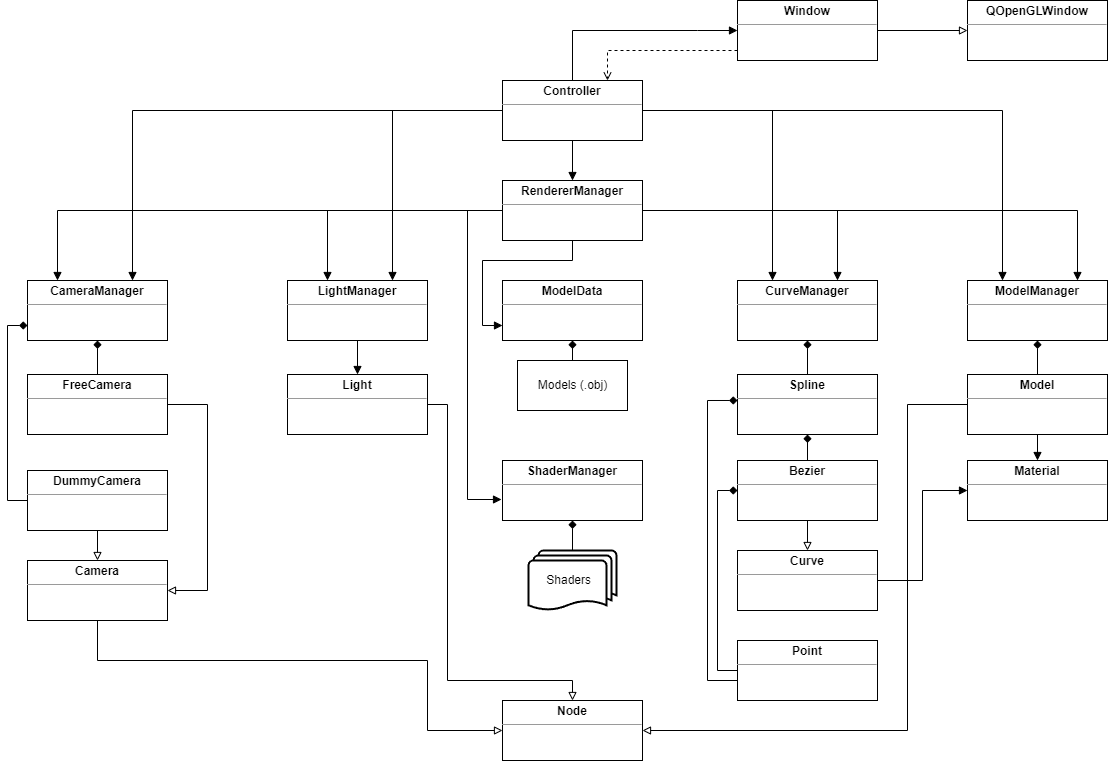
The draw.io diagram UML.png in QtOpenGL/BSplineCurves3D, before a commit. Source tidied: cells renumbered, new cells last; positions are measured from the earlier drawing's top-left corner, leaving out a move shared by most shapes.
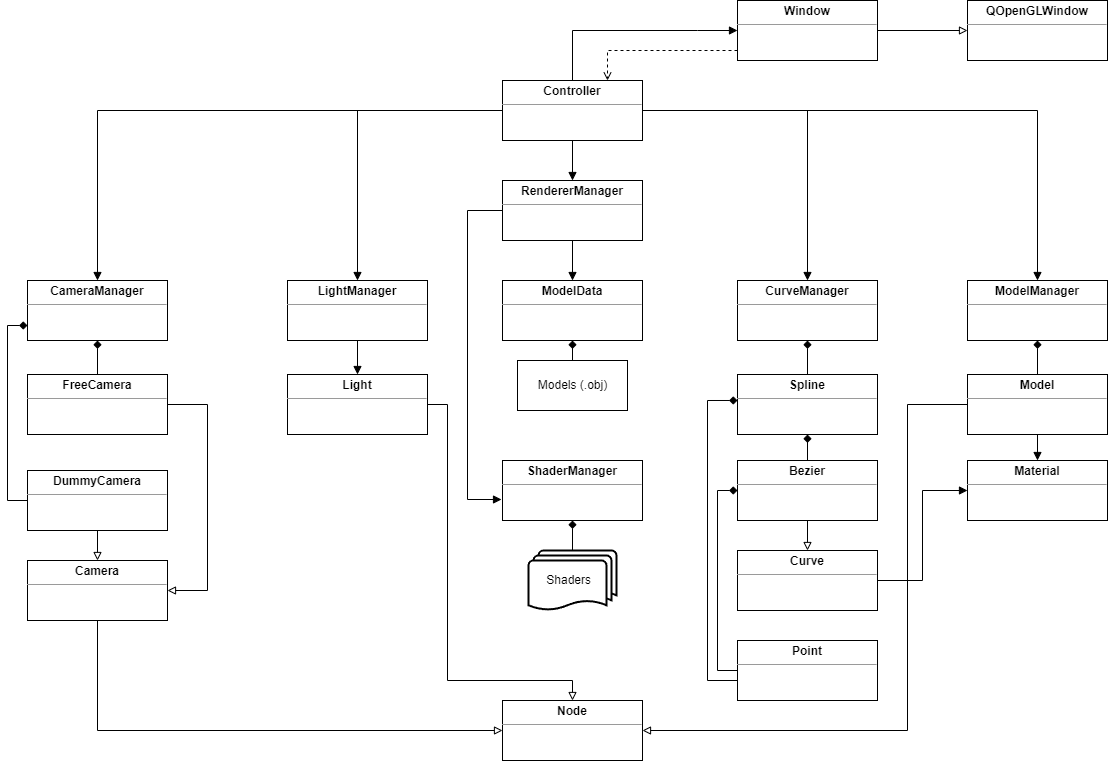
The same file after the commit.

Commit message:
UML diagram is updated.

What changed in the source:
```diff
@@ -14,16 +14,16 @@
     <mxCell id="3" style="edgeStyle=orthogonalEdgeStyle;rounded=0;jettySize=auto;html=1;entryX=0.5;entryY=0;entryDx=0;entryDy=0;endArrow=block;endFill=1;" parent="1" edge="1" source="8" target="24">
       <mxGeometry relative="1" as="geometry" />
     </mxCell>
-    <mxCell id="4" style="edgeStyle=orthogonalEdgeStyle;rounded=0;jettySize=auto;html=1;entryX=0.75;entryY=0;entryDx=0;entryDy=0;endArrow=block;endFill=1;" parent="1" edge="1" source="8" target="15">
+    <mxCell id="4" style="edgeStyle=orthogonalEdgeStyle;rounded=0;jettySize=auto;html=1;endArrow=block;endFill=1;" parent="1" edge="1" source="8" target="15">
       <mxGeometry relative="1" as="geometry" />
     </mxCell>
-    <mxCell id="5" style="edgeStyle=orthogonalEdgeStyle;rounded=0;jettySize=auto;html=1;entryX=0.75;entryY=0;entryDx=0;entryDy=0;endArrow=block;endFill=1;" parent="1" edge="1" source="8" target="13">
+    <mxCell id="5" style="edgeStyle=orthogonalEdgeStyle;rounded=0;jettySize=auto;html=1;entryX=0.5;entryY=0;entryDx=0;entryDy=0;endArrow=block;endFill=1;" parent="1" edge="1" source="8" target="13">
       <mxGeometry relative="1" as="geometry" />
     </mxCell>
-    <mxCell id="6" style="edgeStyle=orthogonalEdgeStyle;rounded=0;jettySize=auto;html=1;entryX=0.25;entryY=0;entryDx=0;entryDy=0;endArrow=block;endFill=1;" parent="1" edge="1" source="8" target="17">
+    <mxCell id="6" style="edgeStyle=orthogonalEdgeStyle;rounded=0;jettySize=auto;html=1;entryX=0.5;entryY=0;entryDx=0;entryDy=0;endArrow=block;endFill=1;" parent="1" edge="1" source="8" target="17">
       <mxGeometry relative="1" as="geometry" />
     </mxCell>
-    <mxCell id="7" style="edgeStyle=orthogonalEdgeStyle;rounded=0;jettySize=auto;html=1;entryX=0.25;entryY=0;entryDx=0;entryDy=0;endArrow=block;endFill=1;" parent="1" edge="1" source="8" target="16">
+    <mxCell id="7" style="edgeStyle=orthogonalEdgeStyle;rounded=0;jettySize=auto;html=1;endArrow=block;endFill=1;" parent="1" edge="1" source="8" target="16">
       <mxGeometry relative="1" as="geometry" />
     </mxCell>
     <mxCell id="8" value="&lt;p style=&quot;margin:0px;margin-top:4px;text-align:center;&quot;&gt;&lt;b&gt;Controller&lt;/b&gt;&lt;/p&gt;&lt;hr size=&quot;1&quot;&gt;&lt;div style=&quot;height:2px;&quot;&gt;&lt;/div&gt;" style="verticalAlign=top;align=left;overflow=fill;fontSize=12;fontFamily=Helvetica;html=1;rounded=0;" parent="1" vertex="1">
@@ -60,35 +60,7 @@
     <mxCell id="17" value="&lt;p style=&quot;margin:0px;margin-top:4px;text-align:center;&quot;&gt;&lt;b&gt;CurveManager&lt;/b&gt;&lt;/p&gt;&lt;hr size=&quot;1&quot;&gt;&lt;div style=&quot;height:2px;&quot;&gt;&lt;/div&gt;" style="verticalAlign=top;align=left;overflow=fill;fontSize=12;fontFamily=Helvetica;html=1;rounded=0;" parent="1" vertex="1">
       <mxGeometry x="730" y="280" width="140" height="60" as="geometry" />
     </mxCell>
-    <mxCell id="18" style="edgeStyle=orthogonalEdgeStyle;rounded=0;jettySize=auto;html=1;endArrow=block;endFill=1;" parent="1" edge="1" source="24" target="17">
-      <mxGeometry relative="1" as="geometry">
-        <Array as="points">
-          <mxPoint x="830" y="210" />
-        </Array>
-      </mxGeometry>
-    </mxCell>
-    <mxCell id="19" style="edgeStyle=orthogonalEdgeStyle;rounded=0;jettySize=auto;html=1;endArrow=block;endFill=1;" parent="1" edge="1" source="24" target="16">
-      <mxGeometry relative="1" as="geometry">
-        <Array as="points">
-          <mxPoint x="1070" y="210" />
-        </Array>
-      </mxGeometry>
-    </mxCell>
-    <mxCell id="20" style="edgeStyle=orthogonalEdgeStyle;rounded=0;jettySize=auto;html=1;endArrow=block;endFill=1;" parent="1" edge="1" source="24" target="15">
-      <mxGeometry relative="1" as="geometry">
-        <Array as="points">
-          <mxPoint x="320" y="210" />
-        </Array>
-      </mxGeometry>
-    </mxCell>
-    <mxCell id="21" style="edgeStyle=orthogonalEdgeStyle;rounded=0;jettySize=auto;html=1;endArrow=block;endFill=1;" parent="1" edge="1" source="24" target="13">
-      <mxGeometry relative="1" as="geometry">
-        <Array as="points">
-          <mxPoint x="50" y="210" />
-        </Array>
-      </mxGeometry>
-    </mxCell>
-    <mxCell id="22" style="edgeStyle=orthogonalEdgeStyle;rounded=0;jettySize=auto;html=1;entryX=0;entryY=0.75;entryDx=0;entryDy=0;endArrow=block;endFill=1;" parent="1" edge="1" source="24" target="35">
+    <mxCell id="22" style="edgeStyle=orthogonalEdgeStyle;rounded=0;jettySize=auto;html=1;endArrow=block;endFill=1;" parent="1" edge="1" source="24" target="35">
       <mxGeometry relative="1" as="geometry" />
     </mxCell>
     <mxCell id="23" style="edgeStyle=orthogonalEdgeStyle;rounded=0;jettySize=auto;html=1;entryX=-0.007;entryY=0.65;entryDx=0;entryDy=0;entryPerimeter=0;endArrow=block;endFill=1;" parent="1" edge="1" source="24" target="36">
@@ -133,9 +105,7 @@
     <mxCell id="31" style="edgeStyle=orthogonalEdgeStyle;rounded=0;jettySize=auto;html=1;startArrow=none;startFill=0;endArrow=block;endFill=0;" parent="1" edge="1" source="32" target="41">
       <mxGeometry relative="1" as="geometry">
         <Array as="points">
-          <mxPoint x="90" y="660" />
-          <mxPoint x="420" y="660" />
-          <mxPoint x="420" y="730" />
+          <mxPoint x="90" y="730" />
         </Array>
       </mxGeometry>
     </mxCell>
```
